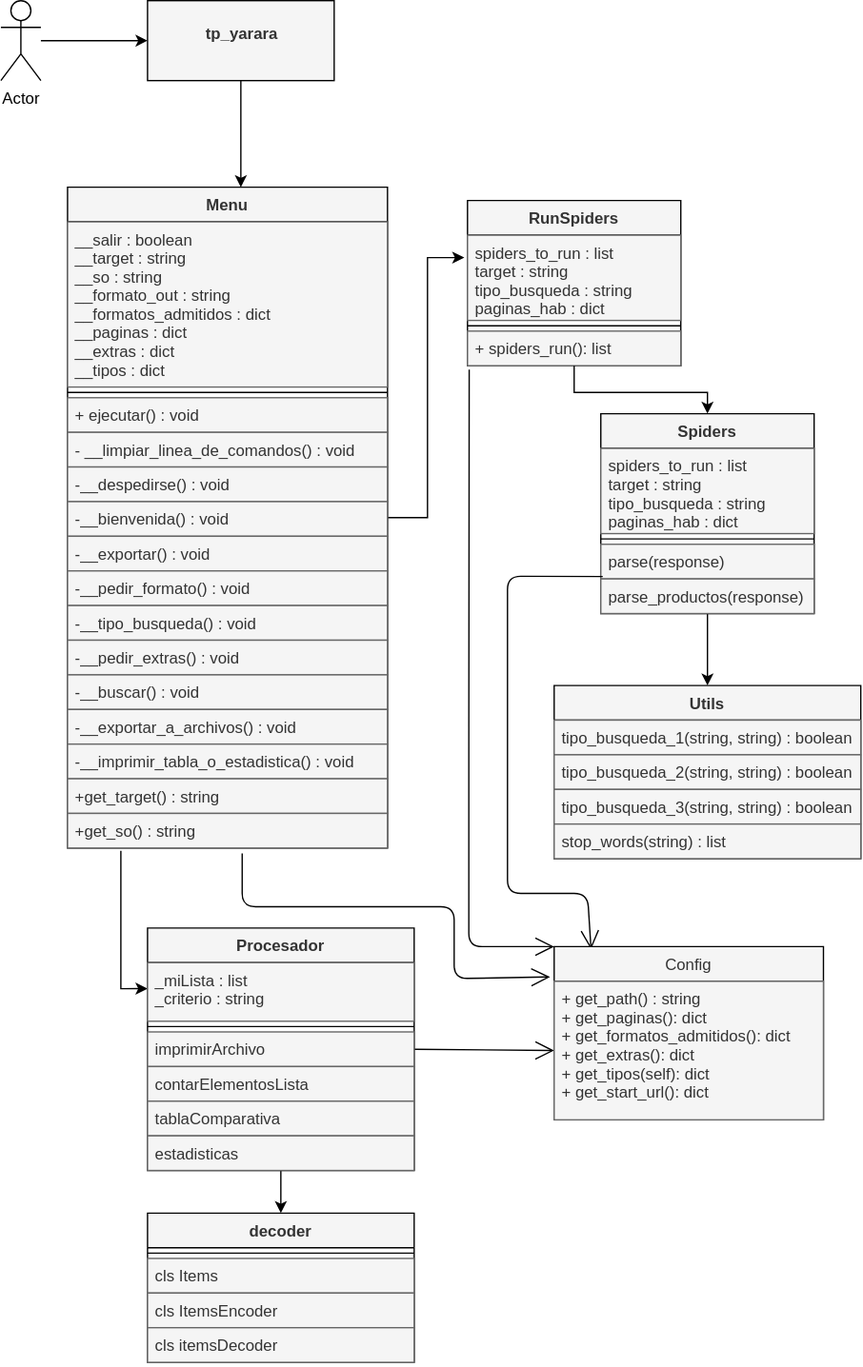
Earlier version of the draw.io export uml.drawio.svg (liberrb/TP_EDD_2020). Source tidied: cells renumbered, new cells last; positions are measured from the earlier drawing's top-left corner, leaving out a move shared by most shapes.
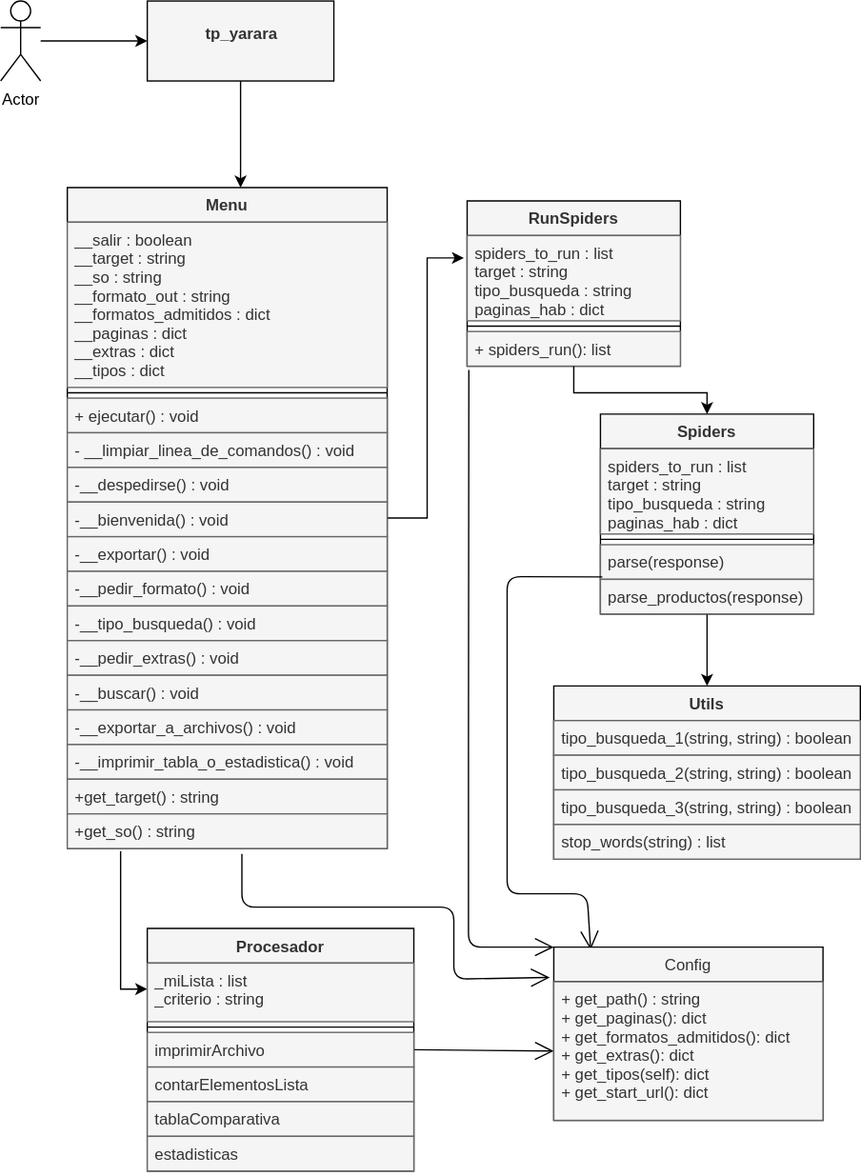
Above is the later version.

Diff of the diagram source:
```diff
@@ -98,9 +98,6 @@
         </Array>
       </mxGeometry>
     </mxCell>
-    <mxCell id="29" style="edgeStyle=orthogonalEdgeStyle;rounded=0;jettySize=auto;html=1;strokeColor=#000000;" parent="1" edge="1" source="45" target="52">
-      <mxGeometry relative="1" as="geometry" />
-    </mxCell>
     <mxCell id="30" style="edgeStyle=orthogonalEdgeStyle;rounded=0;jettySize=auto;html=1;strokeColor=#000000;" parent="1" edge="1" source="31" target="40">
       <mxGeometry relative="1" as="geometry" />
     </mxCell>
@@ -178,21 +175,6 @@
     <mxCell id="51" value="estadisticas" style="text;strokeColor=#666666;fillColor=#f5f5f5;align=left;verticalAlign=top;spacingLeft=4;spacingRight=4;overflow=hidden;fontColor=#333333;" parent="45" vertex="1">
       <mxGeometry y="156" width="200" height="26" as="geometry" />
     </mxCell>
-    <mxCell id="52" value="decoder" style="swimlane;fontStyle=1;align=center;verticalAlign=top;horizontal=1;startSize=26;fillColor=#f5f5f5;fontColor=#333333;strokeColor=#000000;" parent="1" vertex="1">
-      <mxGeometry x="110" y="910" width="200" height="112" as="geometry" />
-    </mxCell>
-    <mxCell id="53" style="line;strokeWidth=1;fillColor=none;align=left;verticalAlign=middle;spacingTop=-1;spacingLeft=3;spacingRight=3;labelPosition=right;strokeColor=#000000;" parent="52" vertex="1">
-      <mxGeometry y="26" width="200" height="8" as="geometry" />
-    </mxCell>
-    <mxCell id="54" value="cls Items" style="text;strokeColor=#666666;fillColor=#f5f5f5;align=left;verticalAlign=top;spacingLeft=4;spacingRight=4;overflow=hidden;fontColor=#333333;" parent="52" vertex="1">
-      <mxGeometry y="34" width="200" height="26" as="geometry" />
-    </mxCell>
-    <mxCell id="55" value="cls ItemsEncoder" style="text;strokeColor=#666666;fillColor=#f5f5f5;align=left;verticalAlign=top;spacingLeft=4;spacingRight=4;overflow=hidden;fontColor=#333333;" parent="52" vertex="1">
-      <mxGeometry y="60" width="200" height="26" as="geometry" />
-    </mxCell>
-    <mxCell id="56" value="cls itemsDecoder" style="text;strokeColor=#666666;fillColor=#f5f5f5;align=left;verticalAlign=top;spacingLeft=4;spacingRight=4;overflow=hidden;fontColor=#333333;" parent="52" vertex="1">
-      <mxGeometry y="86" width="200" height="26" as="geometry" />
-    </mxCell>
     <mxCell id="57" value="Config" style="swimlane;fontStyle=0;horizontal=1;startSize=26;fillColor=#f5f5f5;fontColor=#333333;strokeColor=#000000;" parent="1" vertex="1">
       <mxGeometry x="415" y="710" width="202" height="130" as="geometry" />
     </mxCell>
```
